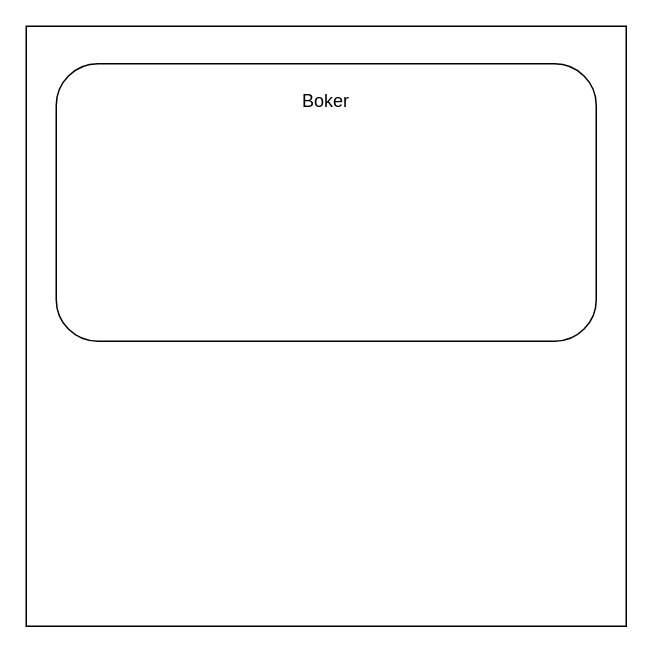
Earlier version of the draw.io diagram Kafka.drawio (tuankhoi2206/Apache-Kafka). Source tidied: cells renumbered, new cells numbered last; positions are measured from the earlier drawing's top-left corner, leaving out a move shared by most shapes. Both pictures are drawn from the tidied source at 150%, with x=0, y=0 at pixel (26, 26).
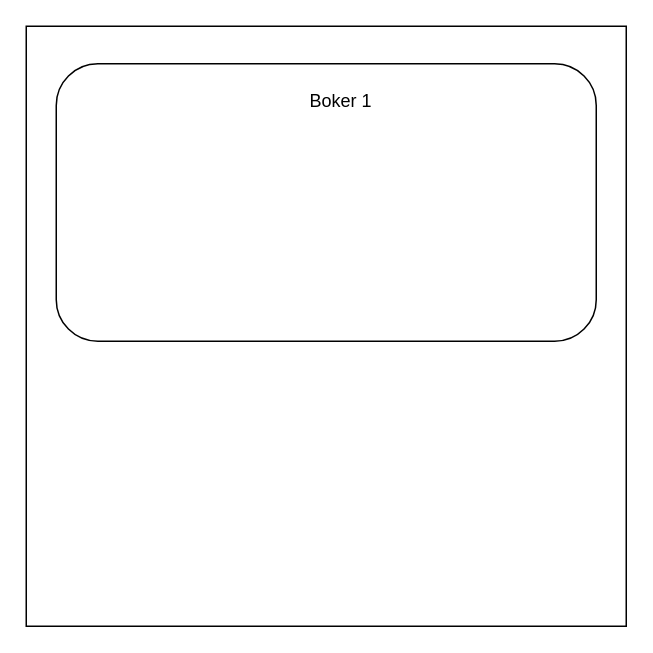
Above is the later version.

Diff of the diagram source:
```diff
@@
 <mxGraphModel>
   <root>
     <mxCell id="0" />
     <mxCell id="1" parent="0" />
     <mxCell id="2" style="whiteSpace=wrap;html=1;" parent="1" vertex="1">
       <mxGeometry width="400" height="400" as="geometry" />
     </mxCell>
     <mxCell id="3" style="rounded=1;whiteSpace=wrap;html=1;" parent="1" vertex="1">
       <mxGeometry x="20" y="25" width="360" height="185" as="geometry" />
     </mxCell>
-    <mxCell id="4" value="Boker" style="text;html=1;strokeColor=none;fillColor=none;align=center;verticalAlign=middle;whiteSpace=wrap;rounded=0;" parent="1" vertex="1">
-      <mxGeometry x="180" y="40" width="40" height="20" as="geometry" />
+    <mxCell id="4" value="Boker 1" style="text;html=1;strokeColor=none;fillColor=none;align=center;verticalAlign=middle;whiteSpace=wrap;rounded=0;" parent="1" vertex="1">
+      <mxGeometry x="180" y="40" width="60" height="20" as="geometry" />
     </mxCell>
   </root>
 </mxGraphModel>
```
